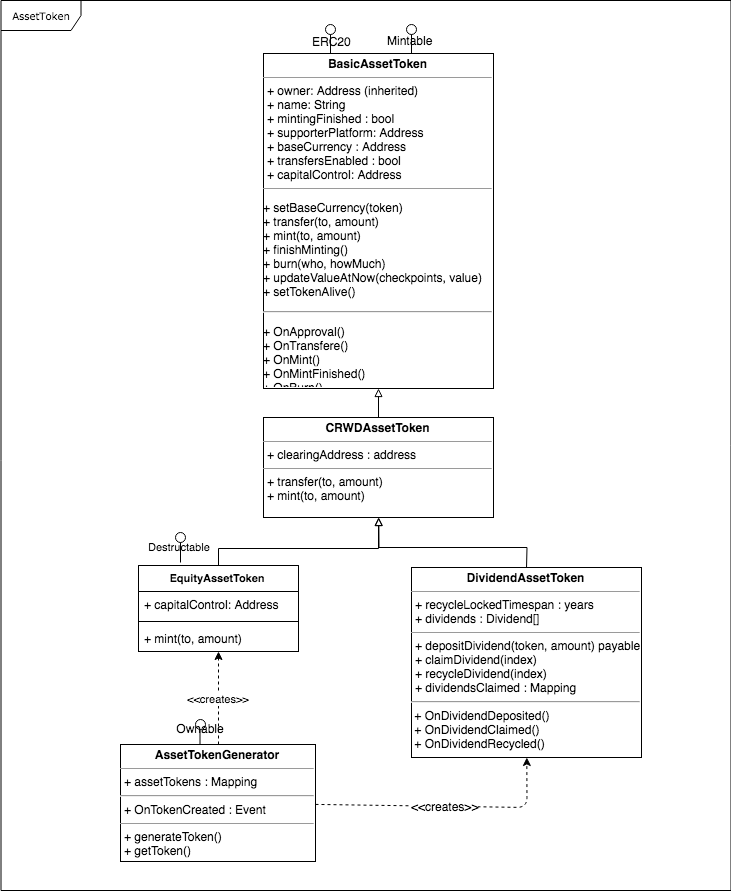
The draw.io diagram diagrams/AssetToken.png in conda-ag/conda-assettoken, before a commit. Source tidied: cells renumbered, new cells last; positions are measured from the earlier drawing's top-left corner, leaving out a move shared by most shapes.
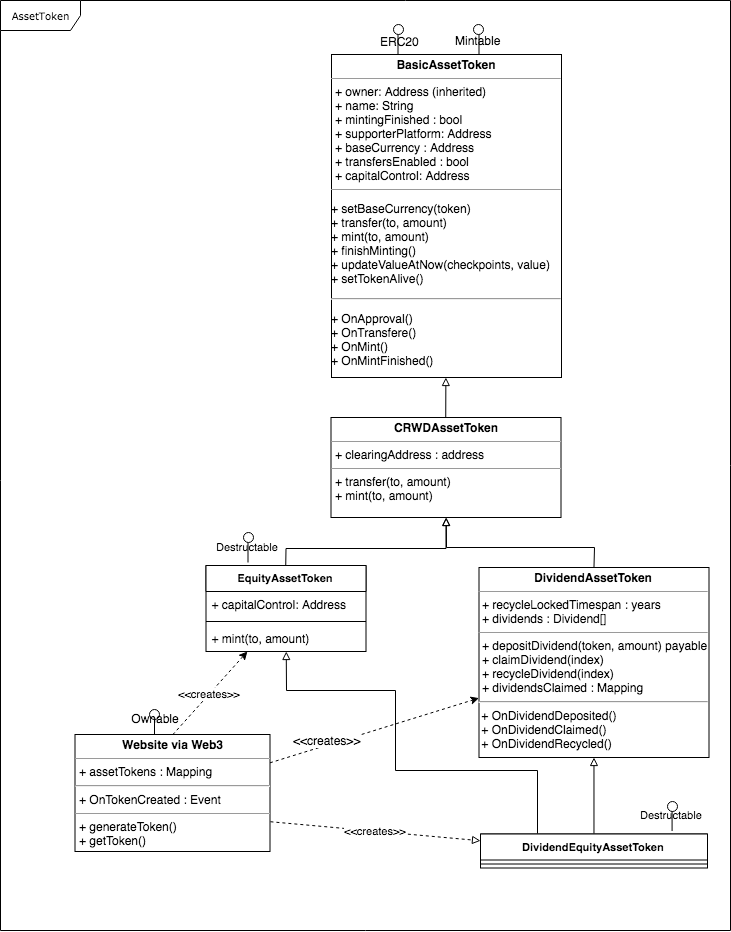
Later version of the same file.

Change to the diagram source:
```diff
@@ -3,13 +3,11 @@
     <mxCell id="0" />
     <mxCell id="1" parent="0" />
     <mxCell id="2" value="AssetToken" style="shape=umlFrame;whiteSpace=wrap;html=1;rounded=0;shadow=0;comic=0;labelBackgroundColor=none;strokeColor=#000000;strokeWidth=1;fillColor=#ffffff;fontFamily=Verdana;fontSize=10;fontColor=#000000;align=center;width=80;height=30;" parent="1" vertex="1">
-      <mxGeometry x="0.5" width="730" height="890" as="geometry" />
+      <mxGeometry x="-67.5" width="730" height="930" as="geometry" />
     </mxCell>
     <mxCell id="3" value="&amp;lt;&amp;lt;creates&amp;gt;&amp;gt;" style="endArrow=classic;html=1;fontSize=12;dashed=1;" parent="1" edge="1" source="13" target="7">
-      <mxGeometry relative="1" as="geometry">
-        <Array as="points">
-          <mxPoint x="526.5" y="807" />
-        </Array>
+      <mxGeometry x="-0.43" y="4" relative="1" as="geometry">
+        <mxPoint x="-1" as="offset" />
       </mxGeometry>
     </mxCell>
     <mxCell id="4" style="shape=lollipop;direction=south;html=1;fontSize=12;rotation=-90;" parent="1" vertex="1">
@@ -36,7 +34,7 @@
       <mxGeometry x="263" y="417" width="230" height="100" as="geometry" />
     </mxCell>
     <mxCell id="10" style="group;" parent="1" vertex="1">
-      <mxGeometry x="120.5" y="724.5" width="195" height="143" as="geometry" />
+      <mxGeometry x="7.5" y="714.5" width="195" height="143" as="geometry" />
     </mxCell>
     <mxCell id="11" style="shape=lollipop;direction=south;html=1;fontSize=12;rotation=-90;" parent="10" vertex="1">
       <mxGeometry x="64" y="4" width="30" height="10" as="geometry" />
@@ -44,7 +42,7 @@
     <mxCell id="12" style="group;" parent="10" vertex="1">
       <mxGeometry x="-0.5" y="-6.5" width="195" height="143" as="geometry" />
     </mxCell>
-    <mxCell id="13" value="&lt;p style=&quot;margin: 0px ; margin-top: 4px ; text-align: center&quot;&gt;&lt;b&gt;AssetTokenGenerator&lt;/b&gt;&lt;/p&gt;&lt;hr size=&quot;1&quot;&gt;&lt;p style=&quot;margin: 0px ; margin-left: 4px&quot;&gt;+ assetTokens : Mapping&lt;/p&gt;&lt;hr&gt;&lt;p style=&quot;margin: 0px ; margin-left: 4px&quot;&gt;+ OnTokenCreated : Event&lt;/p&gt;&lt;hr size=&quot;1&quot;&gt;&lt;p style=&quot;margin: 0px ; margin-left: 4px&quot;&gt;+&amp;nbsp;&lt;span&gt;generateToken()&lt;/span&gt;&lt;/p&gt;&lt;p style=&quot;margin: 0px ; margin-left: 4px&quot;&gt;&lt;span&gt;+ getToken()&lt;/span&gt;&lt;/p&gt;" style="verticalAlign=top;align=left;overflow=fill;fontSize=12;fontFamily=Helvetica;html=1;rounded=0;shadow=0;comic=0;labelBackgroundColor=none;strokeColor=#000000;strokeWidth=1;fillColor=#ffffff;" parent="12" vertex="1">
+    <mxCell id="13" value="&lt;p style=&quot;margin: 0px ; margin-top: 4px ; text-align: center&quot;&gt;&lt;b&gt;Website via Web3&lt;/b&gt;&lt;/p&gt;&lt;hr size=&quot;1&quot;&gt;&lt;p style=&quot;margin: 0px ; margin-left: 4px&quot;&gt;+ assetTokens : Mapping&lt;/p&gt;&lt;hr&gt;&lt;p style=&quot;margin: 0px ; margin-left: 4px&quot;&gt;+ OnTokenCreated : Event&lt;/p&gt;&lt;hr size=&quot;1&quot;&gt;&lt;p style=&quot;margin: 0px ; margin-left: 4px&quot;&gt;+&amp;nbsp;&lt;span&gt;generateToken()&lt;/span&gt;&lt;/p&gt;&lt;p style=&quot;margin: 0px ; margin-left: 4px&quot;&gt;&lt;span&gt;+ getToken()&lt;/span&gt;&lt;/p&gt;" style="verticalAlign=top;align=left;overflow=fill;fontSize=12;fontFamily=Helvetica;html=1;rounded=0;shadow=0;comic=0;labelBackgroundColor=none;strokeColor=#000000;strokeWidth=1;fillColor=#ffffff;" parent="12" vertex="1">
       <mxGeometry y="26" width="195" height="117" as="geometry" />
     </mxCell>
     <mxCell id="14" value="Ownable" style="text;html=1;strokeColor=none;fillColor=none;align=center;verticalAlign=middle;whiteSpace=wrap;rounded=0;fontSize=12;" parent="12" vertex="1">
@@ -59,16 +57,16 @@
       </mxGeometry>
     </mxCell>
     <mxCell id="16" style="group;" parent="1" vertex="1">
-      <mxGeometry x="263" y="27" width="230" height="361" as="geometry" />
+      <mxGeometry x="263.5" y="27" width="230" height="373" as="geometry" />
     </mxCell>
-    <mxCell id="17" value="&lt;p style=&quot;margin: 0px ; margin-top: 4px ; text-align: center&quot;&gt;&lt;b&gt;BasicAssetToken&lt;/b&gt;&lt;/p&gt;&lt;hr size=&quot;1&quot;&gt;&lt;p style=&quot;margin: 0px ; margin-left: 4px&quot;&gt;+ owner: Address (inherited)&lt;br&gt;&lt;/p&gt;&lt;p style=&quot;margin: 0px ; margin-left: 4px&quot;&gt;+&amp;nbsp;&lt;span&gt;name: String&lt;/span&gt;&lt;/p&gt;&lt;p style=&quot;margin: 0px ; margin-left: 4px&quot;&gt;&lt;span&gt;+&amp;nbsp;&lt;/span&gt;&lt;span&gt;mintingFinished : bool&lt;/span&gt;&lt;/p&gt;&lt;p style=&quot;margin: 0px ; margin-left: 4px&quot;&gt;&lt;span&gt;+&amp;nbsp;&lt;/span&gt;&lt;span&gt;supporterPlatform: Address&lt;/span&gt;&lt;/p&gt;&lt;p style=&quot;margin: 0px ; margin-left: 4px&quot;&gt;&lt;span&gt;+&amp;nbsp;&lt;/span&gt;&lt;span&gt;baseCurrency : Address&lt;/span&gt;&lt;/p&gt;&lt;p style=&quot;margin: 0px ; margin-left: 4px&quot;&gt;&lt;span&gt;+&amp;nbsp;&lt;/span&gt;&lt;span&gt;transfersEnabled : bool&lt;br&gt;&lt;/span&gt;&lt;/p&gt;&lt;p style=&quot;margin: 0px ; margin-left: 4px&quot;&gt;+&amp;nbsp;capitalControl: Address&lt;span&gt;&lt;br&gt;&lt;/span&gt;&lt;/p&gt;&lt;hr size=&quot;1&quot;&gt;&lt;p&gt;+&amp;nbsp;&lt;span&gt;setBaseCurrency(token)&lt;br&gt;+ transfer(to, amount)&lt;br&gt;+ mint(to, amount)&lt;br&gt;+&amp;nbsp;&lt;/span&gt;&lt;span&gt;finishMinting()&lt;br&gt;+ burn(who, howMuch)&lt;br&gt;+&amp;nbsp;&lt;/span&gt;&lt;span&gt;updateValueAtNow&lt;/span&gt;&lt;span&gt;(&lt;/span&gt;&lt;span&gt;checkpoints, v&lt;/span&gt;&lt;span&gt;alue)&lt;br&gt;+ setTokenAlive()&lt;/span&gt;&lt;/p&gt;&lt;hr&gt;&lt;p&gt;&lt;span&gt;+ On&lt;/span&gt;&lt;span&gt;Approval&lt;/span&gt;&lt;span&gt;()&lt;br&gt;&lt;/span&gt;&lt;span&gt;+ OnTransfere&lt;/span&gt;&lt;span&gt;()&lt;br&gt;&lt;/span&gt;&lt;span&gt;+ OnMint()&lt;br&gt;&lt;/span&gt;&lt;span&gt;+ OnMintFinished()&lt;br&gt;&lt;/span&gt;&lt;span&gt;+ OnBurn()&lt;/span&gt;&lt;/p&gt;" style="verticalAlign=top;align=left;overflow=fill;fontSize=12;fontFamily=Helvetica;html=1;rounded=0;shadow=0;comic=0;labelBackgroundColor=none;strokeColor=#000000;strokeWidth=1;fillColor=#ffffff;" parent="16" vertex="1">
-      <mxGeometry y="26" width="230" height="335" as="geometry" />
+    <mxCell id="17" value="&lt;p style=&quot;margin: 0px ; margin-top: 4px ; text-align: center&quot;&gt;&lt;b&gt;BasicAssetToken&lt;/b&gt;&lt;/p&gt;&lt;hr size=&quot;1&quot;&gt;&lt;p style=&quot;margin: 0px ; margin-left: 4px&quot;&gt;+ owner: Address (inherited)&lt;br&gt;&lt;/p&gt;&lt;p style=&quot;margin: 0px ; margin-left: 4px&quot;&gt;+&amp;nbsp;&lt;span&gt;name: String&lt;/span&gt;&lt;/p&gt;&lt;p style=&quot;margin: 0px ; margin-left: 4px&quot;&gt;&lt;span&gt;+&amp;nbsp;&lt;/span&gt;&lt;span&gt;mintingFinished : bool&lt;/span&gt;&lt;/p&gt;&lt;p style=&quot;margin: 0px ; margin-left: 4px&quot;&gt;&lt;span&gt;+&amp;nbsp;&lt;/span&gt;&lt;span&gt;supporterPlatform: Address&lt;/span&gt;&lt;/p&gt;&lt;p style=&quot;margin: 0px ; margin-left: 4px&quot;&gt;&lt;span&gt;+&amp;nbsp;&lt;/span&gt;&lt;span&gt;baseCurrency : Address&lt;/span&gt;&lt;/p&gt;&lt;p style=&quot;margin: 0px ; margin-left: 4px&quot;&gt;&lt;span&gt;+&amp;nbsp;&lt;/span&gt;&lt;span&gt;transfersEnabled : bool&lt;br&gt;&lt;/span&gt;&lt;/p&gt;&lt;p style=&quot;margin: 0px ; margin-left: 4px&quot;&gt;+&amp;nbsp;capitalControl: Address&lt;span&gt;&lt;br&gt;&lt;/span&gt;&lt;/p&gt;&lt;hr size=&quot;1&quot;&gt;&lt;p&gt;+&amp;nbsp;&lt;span&gt;setBaseCurrency(token)&lt;br&gt;+ transfer(to, amount)&lt;br&gt;+ mint(to, amount)&lt;br&gt;+&amp;nbsp;&lt;/span&gt;&lt;span&gt;finishMinting()&lt;br&gt;+&amp;nbsp;&lt;/span&gt;&lt;span&gt;updateValueAtNow&lt;/span&gt;&lt;span&gt;(&lt;/span&gt;&lt;span&gt;checkpoints, v&lt;/span&gt;&lt;span&gt;alue)&lt;br&gt;+ setTokenAlive()&lt;/span&gt;&lt;/p&gt;&lt;hr&gt;&lt;p&gt;&lt;span&gt;+ On&lt;/span&gt;&lt;span&gt;Approval&lt;/span&gt;&lt;span&gt;()&lt;br&gt;&lt;/span&gt;&lt;span&gt;+ OnTransfere&lt;/span&gt;&lt;span&gt;()&lt;br&gt;&lt;/span&gt;&lt;span&gt;+ OnMint()&lt;br&gt;&lt;/span&gt;&lt;span&gt;+ OnMintFinished()&lt;/span&gt;&lt;br&gt;&lt;/p&gt;" style="verticalAlign=top;align=left;overflow=fill;fontSize=12;fontFamily=Helvetica;html=1;rounded=0;shadow=0;comic=0;labelBackgroundColor=none;strokeColor=#000000;strokeWidth=1;fillColor=#ffffff;" parent="16" vertex="1">
+      <mxGeometry y="27" width="230" height="323" as="geometry" />
     </mxCell>
     <mxCell id="18" value="ERC20" style="text;html=1;fontSize=12;" parent="16" vertex="1">
-      <mxGeometry x="47" y="1" width="65" height="30" as="geometry" />
+      <mxGeometry x="47" y="1" width="65" height="31" as="geometry" />
     </mxCell>
     <mxCell id="19" value="Mintable" style="text;html=1;fontSize=12;" parent="16" vertex="1">
-      <mxGeometry x="122" width="65" height="30" as="geometry" />
+      <mxGeometry x="122" width="65" height="31" as="geometry" />
     </mxCell>
     <mxCell id="20" value="&amp;lt;&amp;lt;creates&amp;gt;&amp;gt;" style="edgeStyle=none;rounded=0;html=1;exitX=0.5;exitY=0;startArrow=none;startFill=0;endArrow=classic;endFill=1;jettySize=auto;strokeColor=#000000;fontSize=11;dashed=1;" parent="1" edge="1" source="13" target="22">
       <mxGeometry relative="1" as="geometry" />
@@ -91,5 +89,33 @@
     <mxCell id="26" value="Destructable" style="shape=lollipop;direction=east;html=1;labelBackgroundColor=none;strokeColor=#000000;fillColor=#FFFFFF;fontSize=11;align=center;" parent="21" vertex="1">
       <mxGeometry x="37" width="10" height="30" as="geometry" />
     </mxCell>
+    <mxCell id="27" style="group;" parent="1" vertex="1">
+      <mxGeometry x="412.5" y="800.5" width="227" height="119" as="geometry" />
+    </mxCell>
+    <mxCell id="28" value="DividendEquityAssetToken" style="swimlane;fontStyle=1;align=center;verticalAlign=top;horizontal=1;startSize=26;swimlaneFillColor=#ffffff;labelBackgroundColor=none;strokeColor=#000000;fillColor=#FFFFFF;fontSize=11;" parent="27" vertex="1">
+      <mxGeometry y="33" width="227" height="34" as="geometry" />
+    </mxCell>
+    <mxCell id="29" style="line;strokeWidth=1;fillColor=none;align=left;verticalAlign=middle;spacingTop=-1;spacingLeft=3;spacingRight=3;labelPosition=right;" parent="28" vertex="1">
+      <mxGeometry y="26" width="227" height="8" as="geometry" />
+    </mxCell>
+    <mxCell id="30" value="Destructable" style="shape=lollipop;direction=east;html=1;labelBackgroundColor=none;strokeColor=#000000;fillColor=#FFFFFF;fontSize=11;align=center;" parent="27" vertex="1">
+      <mxGeometry x="184.5" width="14.2" height="30" as="geometry" />
+    </mxCell>
+    <mxCell id="31" style="edgeStyle=none;rounded=0;html=1;exitX=0.5;exitY=0;startArrow=none;startFill=0;endArrow=block;endFill=0;jettySize=auto;strokeColor=#000000;fontSize=11;" parent="1" edge="1" source="28" target="7">
+      <mxGeometry relative="1" as="geometry" />
+    </mxCell>
+    <mxCell id="32" value="&amp;lt;&amp;lt;creates&amp;gt;&amp;gt;" style="edgeStyle=none;rounded=0;html=1;exitX=1;exitY=0.75;startArrow=none;startFill=0;endArrow=block;endFill=0;jettySize=auto;strokeColor=#000000;fontSize=11;dashed=1;" parent="1" edge="1" source="13" target="28">
+      <mxGeometry relative="1" as="geometry" />
+    </mxCell>
+    <mxCell id="33" style="edgeStyle=none;rounded=0;html=1;exitX=0.25;exitY=0;startArrow=none;startFill=0;endArrow=block;endFill=0;jettySize=auto;strokeColor=#000000;fontSize=11;" parent="1" edge="1" source="28" target="22">
+      <mxGeometry relative="1" as="geometry">
+        <Array as="points">
+          <mxPoint x="469.5" y="770" />
+          <mxPoint x="327.5" y="770" />
+          <mxPoint x="327.5" y="690" />
+          <mxPoint x="218.5" y="690" />
+        </Array>
+      </mxGeometry>
+    </mxCell>
   </root>
 </mxGraphModel>
```
